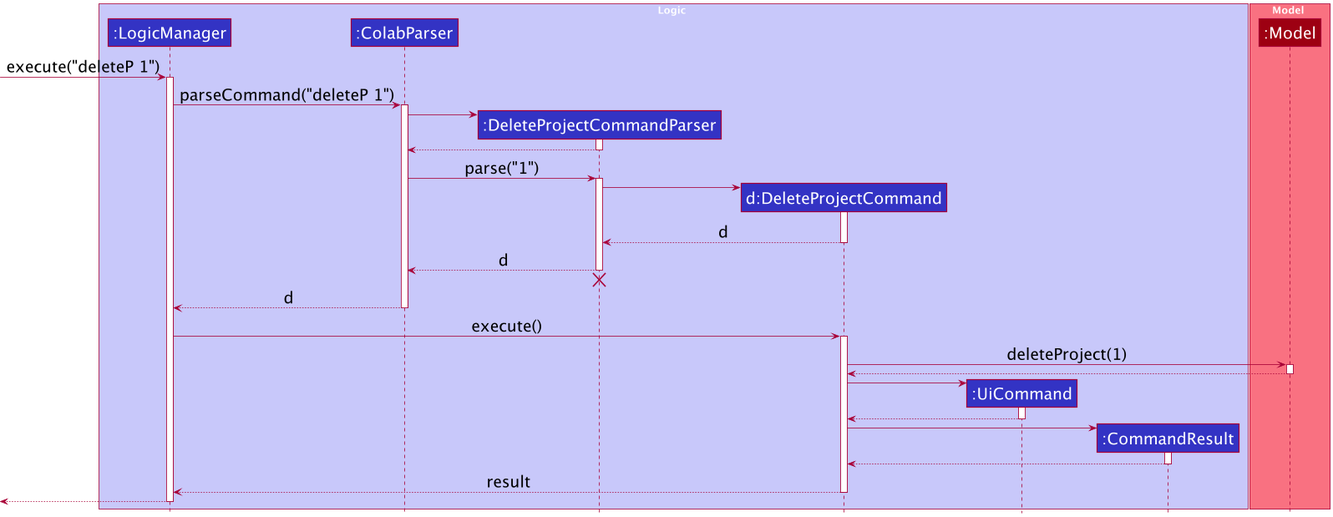
Above: docs/images/DeleteSequenceDiagram.png in nus-cs2103-AY2021S2/tp (PlantUML), before the change.
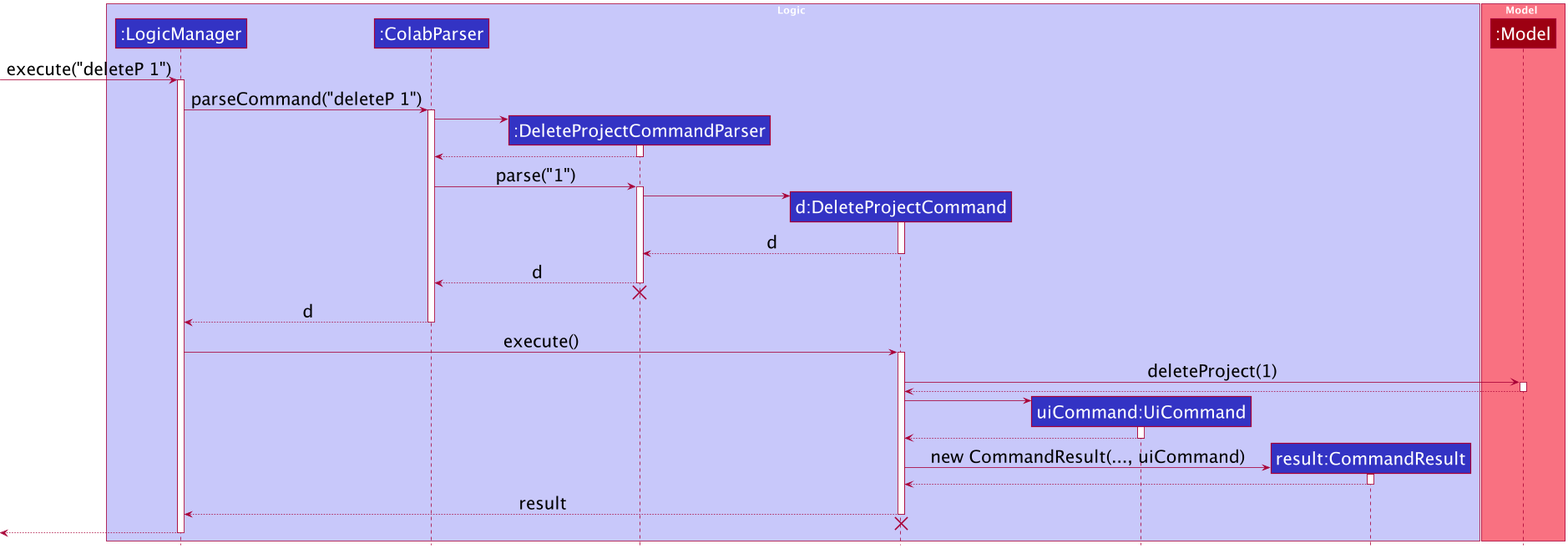
After the commit.

Diff of the diagram source:
```diff
@@ -1,14 +1,14 @@
 @startuml
 !include style.puml
-skinparam defaultFontSize 24
+skinparam defaultFontSize 26
 
 box Logic LOGIC_COLOR_T1
 participant ":LogicManager" as LogicManager LOGIC_COLOR
 participant ":ColabParser" as ColabParser LOGIC_COLOR
 participant ":DeleteProjectCommandParser" as DeleteProjectCommandParser LOGIC_COLOR
 participant "d:DeleteProjectCommand" as DeleteProjectCommand LOGIC_COLOR
-participant ":UiCommand" as UiCommand LOGIC_COLOR
-participant ":CommandResult" as CommandResult LOGIC_COLOR
+participant "uiCommand:UiCommand" as UiCommand LOGIC_COLOR
+participant "result:CommandResult" as CommandResult LOGIC_COLOR
 end box
 
 box Model MODEL_COLOR_T1
@@ -63,7 +63,7 @@
 deactivate UiCommand
 
 create CommandResult
-DeleteProjectCommand -> CommandResult
+DeleteProjectCommand -> CommandResult : new CommandResult(..., uiCommand)
 activate CommandResult
 
 CommandResult --> DeleteProjectCommand
@@ -71,6 +71,8 @@
 
 DeleteProjectCommand --> LogicManager : result
 deactivate DeleteProjectCommand
+DeleteProjectCommand-[hidden]-> LogicManager
+destroy DeleteProjectCommand
 
 [<--LogicManager
 deactivate LogicManager
```
